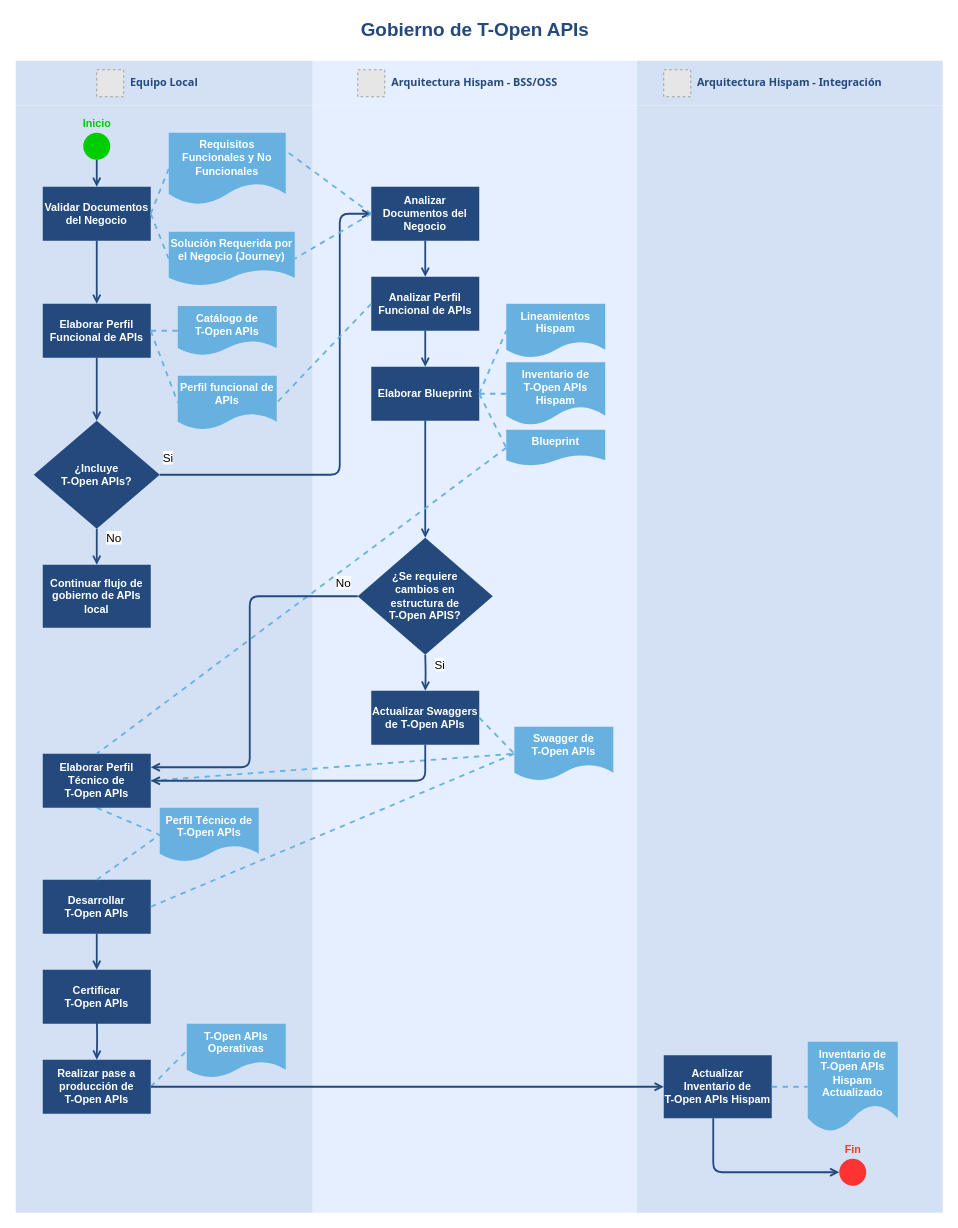
This is Gobierno de T-Open APIs v1.0.drawio from mnunezw/Gobierno-de-APIs, a draw.io file, before an edit. Source tidied: cells renumbered, new cells numbered last; positions are measured from the earlier drawing's top-left corner, leaving out a move shared by most shapes. Both pictures are drawn from the tidied source at 90%, with x=0, y=0 at pixel (15, 15). Pictures stored in the file or linked from it are replaced by grey dashed boxes.
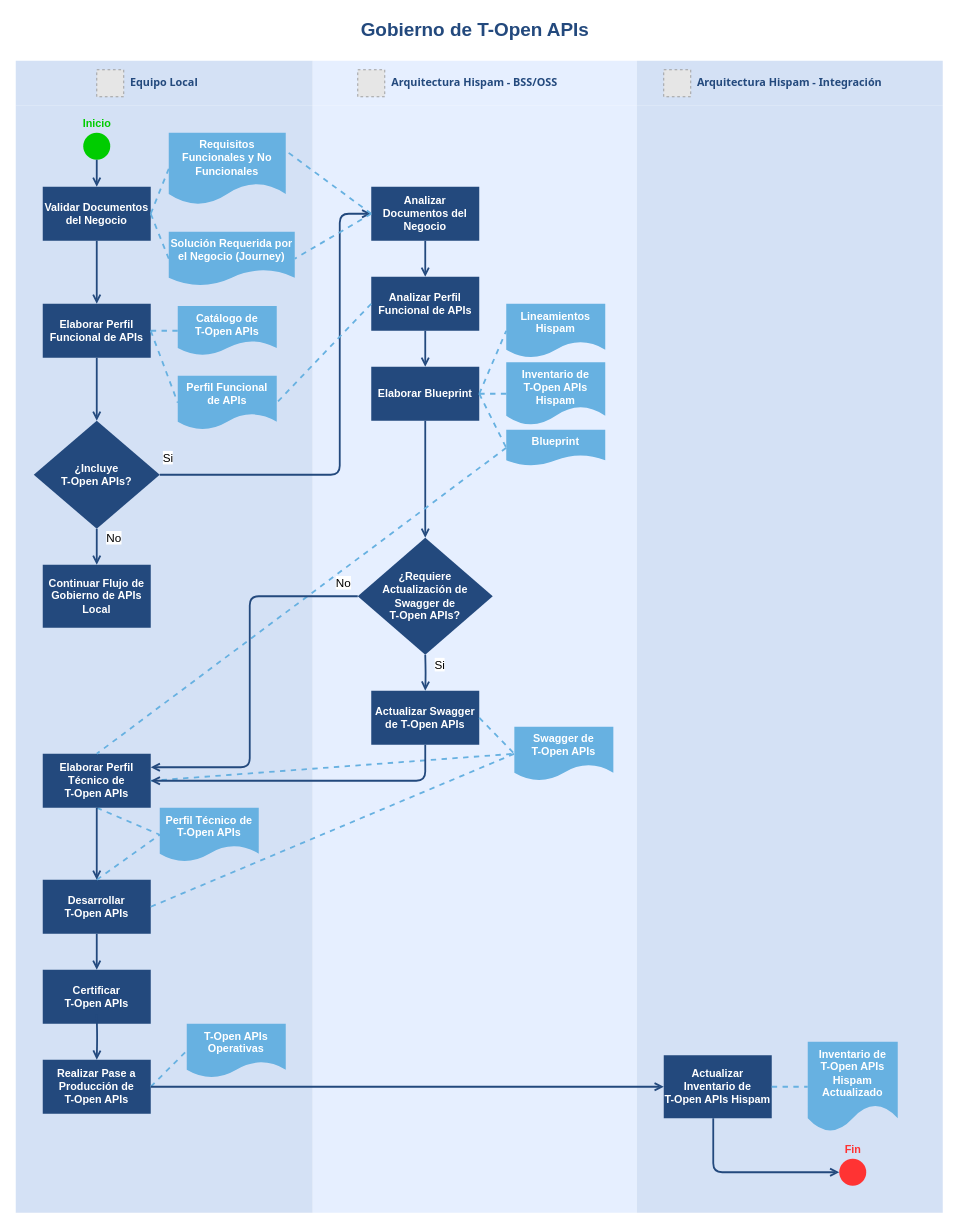
The same page after the edit.

Unchanged cells that the change refers to:
```xml
<mxCell id="2" value="&lt;font color=&quot;#23497d&quot;&gt;Equipo Local&lt;/font&gt;" style="swimlane;whiteSpace=wrap;fillColor=#D4E1F5;swimlaneFillColor=#D4E1F5;fontColor=#660000;fontFamily=Tahoma;html=1;strokeColor=none;startSize=50;" parent="1" vertex="1">
  <mxGeometry y="50" width="330" height="1280" as="geometry" />
</mxCell>
<mxCell id="19" value="Elaborar Perfil Técnico de&lt;br&gt;T-Open APIs" style="whiteSpace=wrap;strokeColor=none;fillColor=#23497D;shadow=0;fontColor=#FFFFFF;fontFamily=Helvetica;fontStyle=1;html=1;fontSize=12;" parent="2" vertex="1">
  <mxGeometry x="30" y="770" width="120" height="60" as="geometry" />
</mxCell>
<mxCell id="23" value="Desarrollar&lt;br&gt;T-Open APIs" style="whiteSpace=wrap;strokeColor=none;fillColor=#23497D;shadow=0;fontColor=#FFFFFF;fontFamily=Helvetica;fontStyle=1;html=1;fontSize=12;" parent="2" vertex="1">
  <mxGeometry x="30" y="910" width="120" height="60" as="geometry" />
</mxCell>
<mxCell id="34" value="&lt;font color=&quot;#23497d&quot;&gt;Arquitectura Hispam -&amp;nbsp;BSS/OSS&lt;/font&gt;" style="swimlane;whiteSpace=wrap;fillColor=#E6EFFF;swimlaneFillColor=#E6EFFF;fontColor=#660000;fontFamily=Tahoma;html=1;strokeColor=none;startSize=50;" parent="1" vertex="1">
  <mxGeometry x="330" y="50" width="360" height="1280" as="geometry" />
</mxCell>
```

Change to the diagram source:
```diff
@@
-    <mxCell id="13" value="Perfil funcional de APIs" style="shape=document;whiteSpace=wrap;verticalAlign=top;strokeColor=none;fillColor=#67B1E1;shadow=0;fontColor=#FFFFFF;fontFamily=Helvetica;fontStyle=1;html=1;fontSize=12;" parent="2" vertex="1">
+    <mxCell id="13" value="Perfil Funcional&lt;br&gt;de APIs" style="shape=document;whiteSpace=wrap;verticalAlign=top;strokeColor=none;fillColor=#67B1E1;shadow=0;fontColor=#FFFFFF;fontFamily=Helvetica;fontStyle=1;html=1;fontSize=12;" parent="2" vertex="1">
       <mxGeometry x="180" y="350" width="110" height="60" as="geometry" />
     </mxCell>
@@
-    <mxCell id="15" value="Continuar flujo de gobierno de APIs local" style="whiteSpace=wrap;strokeColor=none;fillColor=#23497D;shadow=0;fontColor=#FFFFFF;fontFamily=Helvetica;fontStyle=1;html=1;fontSize=12;" parent="2" vertex="1">
+    <mxCell id="15" value="Continuar Flujo de Gobierno de APIs Local" style="whiteSpace=wrap;strokeColor=none;fillColor=#23497D;shadow=0;fontColor=#FFFFFF;fontFamily=Helvetica;fontStyle=1;html=1;fontSize=12;" parent="2" vertex="1">
       <mxGeometry x="30" y="560" width="120" height="70" as="geometry" />
     </mxCell>
@@
-    <mxCell id="27" value="Realizar pase a producción de&lt;br&gt;T-Open APIs" style="whiteSpace=wrap;strokeColor=none;fillColor=#23497D;shadow=0;fontColor=#FFFFFF;fontFamily=Helvetica;fontStyle=1;html=1;fontSize=12;" parent="2" vertex="1">
+    <mxCell id="27" value="Realizar Pase a Producción de&lt;br&gt;T-Open APIs" style="whiteSpace=wrap;strokeColor=none;fillColor=#23497D;shadow=0;fontColor=#FFFFFF;fontFamily=Helvetica;fontStyle=1;html=1;fontSize=12;" parent="2" vertex="1">
       <mxGeometry x="30" y="1110" width="120" height="60" as="geometry" />
     </mxCell>
@@
+    <mxCell id="75" style="edgeStyle=orthogonalEdgeStyle;rounded=1;jettySize=auto;html=1;fontSize=11;strokeColor=#23497D;strokeWidth=2;endFill=1;endArrow=open;" parent="2" edge="1" source="19" target="23">
+      <mxGeometry relative="1" as="geometry" />
+    </mxCell>
@@
-    <mxCell id="47" value="¿Se requiere&lt;br&gt;cambios en &lt;br&gt;estructura de &lt;br&gt;T-Open APIS?" style="rhombus;whiteSpace=wrap;html=1;shadow=0;fontColor=#FFFFFF;fontStyle=1;strokeColor=none;fillColor=#23497D;" parent="34" vertex="1">
+    <mxCell id="47" value="¿Requiere&lt;br&gt;Actualización de Swagger de &lt;br&gt;T-Open APIs?" style="rhombus;whiteSpace=wrap;html=1;shadow=0;fontColor=#FFFFFF;fontStyle=1;strokeColor=none;fillColor=#23497D;" parent="34" vertex="1">
       <mxGeometry x="50" y="530" width="150" height="130" as="geometry" />
     </mxCell>
@@
-    <mxCell id="49" value="Actualizar Swaggers de T-Open APIs" style="whiteSpace=wrap;strokeColor=none;fillColor=#23497D;shadow=0;fontColor=#FFFFFF;fontFamily=Helvetica;fontStyle=1;html=1;fontSize=12;" parent="34" vertex="1">
+    <mxCell id="49" value="Actualizar Swagger de T-Open APIs" style="whiteSpace=wrap;strokeColor=none;fillColor=#23497D;shadow=0;fontColor=#FFFFFF;fontFamily=Helvetica;fontStyle=1;html=1;fontSize=12;" parent="34" vertex="1">
       <mxGeometry x="65" y="700" width="120" height="60" as="geometry" />
     </mxCell>
```
